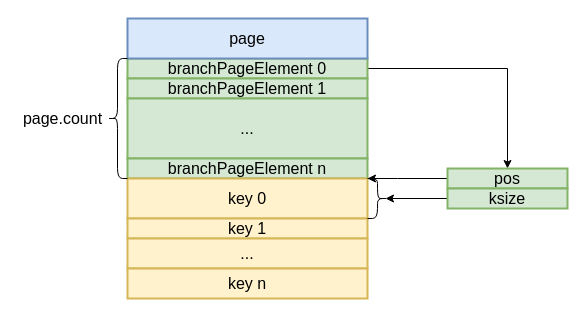
Above: page "freelist page" (5 of 6) of content/posts/code-reading/boltdb-made-simple/1-storage/assets/storage-cache.drawio in MrCroxx/blog (draw.io), before the change. Source tidied: cells renumbered, new cells numbered last; positions are measured from the earlier drawing's top-left corner, leaving out a move shared by most shapes. Both pictures are drawn from the tidied source at 100%, with x=0, y=0 at pixel (17, 18).
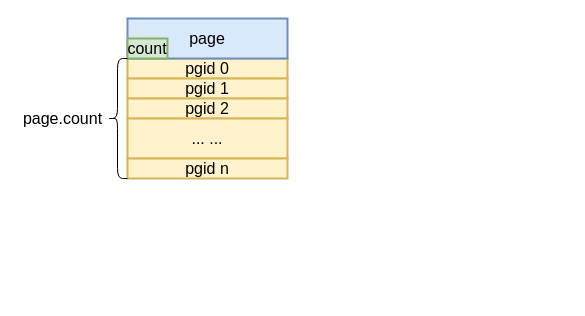
The same diagram, later.

The edit, as a diff of the source:
```diff
@@
-<mxGraphModel>
+<mxGraphModel background="#ffffff">
@@
-    <mxCell id="2" style="edgeStyle=orthogonalEdgeStyle;rounded=0;jettySize=auto;html=1;fontSize=16;strokeWidth=1;" parent="1" edge="1" source="3" target="15">
-      <mxGeometry relative="1" as="geometry" />
-    </mxCell>
-    <mxCell id="3" value="branchPageElement 0" style="rounded=0;whiteSpace=wrap;html=1;fillColor=#d5e8d4;strokeColor=#82b366;strokeWidth=2;fontSize=16;" parent="1" vertex="1">
-      <mxGeometry x="110" y="40" width="240" height="20" as="geometry" />
-    </mxCell>
+    <mxCell id="19" value="pgid 0" style="rounded=0;whiteSpace=wrap;html=1;fillColor=#fff2cc;strokeColor=#d6b656;strokeWidth=2;fontSize=16;" parent="1" vertex="1">
+      <mxGeometry x="110" y="40" width="160" height="20" as="geometry" />
+    </mxCell>
     <mxCell id="4" value="page" style="rounded=0;whiteSpace=wrap;html=1;fillColor=#dae8fc;strokeColor=#6c8ebf;strokeWidth=2;fontSize=16;" parent="1" vertex="1">
-      <mxGeometry x="110" width="240" height="40" as="geometry" />
+      <mxGeometry x="110" width="160" height="40" as="geometry" />
     </mxCell>
-    <mxCell id="5" value="branchPageElement 1" style="rounded=0;whiteSpace=wrap;html=1;fillColor=#d5e8d4;strokeColor=#82b366;strokeWidth=2;fontSize=16;" parent="1" vertex="1">
-      <mxGeometry x="110" y="60" width="240" height="20" as="geometry" />
-    </mxCell>
-    <mxCell id="6" value="..." style="rounded=0;whiteSpace=wrap;html=1;fillColor=#d5e8d4;strokeColor=#82b366;strokeWidth=2;fontSize=16;" parent="1" vertex="1">
-      <mxGeometry x="110" y="80" width="240" height="60" as="geometry" />
-    </mxCell>
-    <mxCell id="7" value="branchPageElement n" style="rounded=0;whiteSpace=wrap;html=1;fillColor=#d5e8d4;strokeColor=#82b366;strokeWidth=2;fontSize=16;" parent="1" vertex="1">
-      <mxGeometry x="110" y="140" width="240" height="20" as="geometry" />
-    </mxCell>
-    <mxCell id="8" value="key 0" style="rounded=0;whiteSpace=wrap;html=1;fillColor=#fff2cc;strokeColor=#d6b656;strokeWidth=2;fontSize=16;" parent="1" vertex="1">
-      <mxGeometry x="110" y="160" width="240" height="40" as="geometry" />
-    </mxCell>
-    <mxCell id="9" value="key 1" style="rounded=0;whiteSpace=wrap;html=1;fillColor=#fff2cc;strokeColor=#d6b656;strokeWidth=2;fontSize=16;" parent="1" vertex="1">
-      <mxGeometry x="110" y="200" width="240" height="20" as="geometry" />
-    </mxCell>
-    <mxCell id="10" value="..." style="rounded=0;whiteSpace=wrap;html=1;fillColor=#fff2cc;strokeColor=#d6b656;strokeWidth=2;fontSize=16;" parent="1" vertex="1">
-      <mxGeometry x="110" y="220" width="240" height="30" as="geometry" />
-    </mxCell>
-    <mxCell id="11" value="key n" style="rounded=0;whiteSpace=wrap;html=1;fillColor=#fff2cc;strokeColor=#d6b656;strokeWidth=2;fontSize=16;" parent="1" vertex="1">
-      <mxGeometry x="110" y="250" width="240" height="30" as="geometry" />
-    </mxCell>
-    <mxCell id="12" style="shape=curlyBracket;whiteSpace=wrap;html=1;rounded=1;strokeWidth=1;fontSize=16;" parent="1" vertex="1">
-      <mxGeometry x="90" y="40" width="20" height="120" as="geometry" />
-    </mxCell>
+    <mxCell id="20" value="pgid 1" style="rounded=0;whiteSpace=wrap;html=1;fillColor=#fff2cc;strokeColor=#d6b656;strokeWidth=2;fontSize=16;" parent="1" vertex="1">
+      <mxGeometry x="110" y="60" width="160" height="20" as="geometry" />
+    </mxCell>
+    <mxCell id="21" value="pgid 2" style="rounded=0;whiteSpace=wrap;html=1;fillColor=#fff2cc;strokeColor=#d6b656;strokeWidth=2;fontSize=16;" parent="1" vertex="1">
+      <mxGeometry x="110" y="80" width="160" height="20" as="geometry" />
+    </mxCell>
+    <mxCell id="22" value="... ..." style="rounded=0;whiteSpace=wrap;html=1;fillColor=#fff2cc;strokeColor=#d6b656;strokeWidth=2;fontSize=16;" parent="1" vertex="1">
+      <mxGeometry x="110" y="100" width="160" height="40" as="geometry" />
+    </mxCell>
+    <mxCell id="23" value="pgid n" style="rounded=0;whiteSpace=wrap;html=1;fillColor=#fff2cc;strokeColor=#d6b656;strokeWidth=2;fontSize=16;" parent="1" vertex="1">
+      <mxGeometry x="110" y="140" width="160" height="20" as="geometry" />
+    </mxCell>
+    <mxCell id="24" value="count" style="rounded=0;whiteSpace=wrap;html=1;fillColor=#d5e8d4;strokeColor=#82b366;strokeWidth=2;fontSize=16;" parent="1" vertex="1">
+      <mxGeometry x="110" y="20" width="40" height="20" as="geometry" />
+    </mxCell>
+    <mxCell id="25" style="shape=curlyBracket;whiteSpace=wrap;html=1;rounded=1;strokeWidth=1;fontSize=16;" parent="1" vertex="1">
+      <mxGeometry x="90" y="40" width="20" height="120" as="geometry" />
+    </mxCell>
@@
-    <mxCell id="14" style="edgeStyle=orthogonalEdgeStyle;rounded=0;jettySize=auto;html=1;exitX=0;exitY=0.5;exitDx=0;exitDy=0;entryX=1;entryY=0;entryDx=0;entryDy=0;strokeWidth=1;fontSize=16;" parent="1" edge="1" source="15" target="8">
-      <mxGeometry relative="1" as="geometry">
-        <Array as="points">
-          <mxPoint x="380" y="160" />
-          <mxPoint x="380" y="160" />
-        </Array>
-      </mxGeometry>
-    </mxCell>
-    <mxCell id="15" value="pos" style="whiteSpace=wrap;html=1;rounded=0;fontSize=16;strokeColor=#82b366;strokeWidth=2;fillColor=#d5e8d4;" parent="1" vertex="1">
-      <mxGeometry x="430" y="150" width="120" height="20" as="geometry" />
-    </mxCell>
-    <mxCell id="16" style="edgeStyle=orthogonalEdgeStyle;rounded=0;jettySize=auto;html=1;exitX=0;exitY=0.5;exitDx=0;exitDy=0;entryX=0.1;entryY=0.5;entryDx=0;entryDy=0;entryPerimeter=0;strokeWidth=1;fontSize=16;" parent="1" edge="1" source="17" target="18">
-      <mxGeometry relative="1" as="geometry" />
-    </mxCell>
-    <mxCell id="17" value="ksize" style="whiteSpace=wrap;html=1;rounded=0;fontSize=16;strokeColor=#82b366;strokeWidth=2;fillColor=#d5e8d4;" parent="1" vertex="1">
-      <mxGeometry x="430" y="170" width="120" height="20" as="geometry" />
-    </mxCell>
-    <mxCell id="18" style="shape=curlyBracket;whiteSpace=wrap;html=1;rounded=1;strokeWidth=1;fontSize=16;rotation=-180;" parent="1" vertex="1">
-      <mxGeometry x="350" y="160" width="20" height="40" as="geometry" />
-    </mxCell>
```
